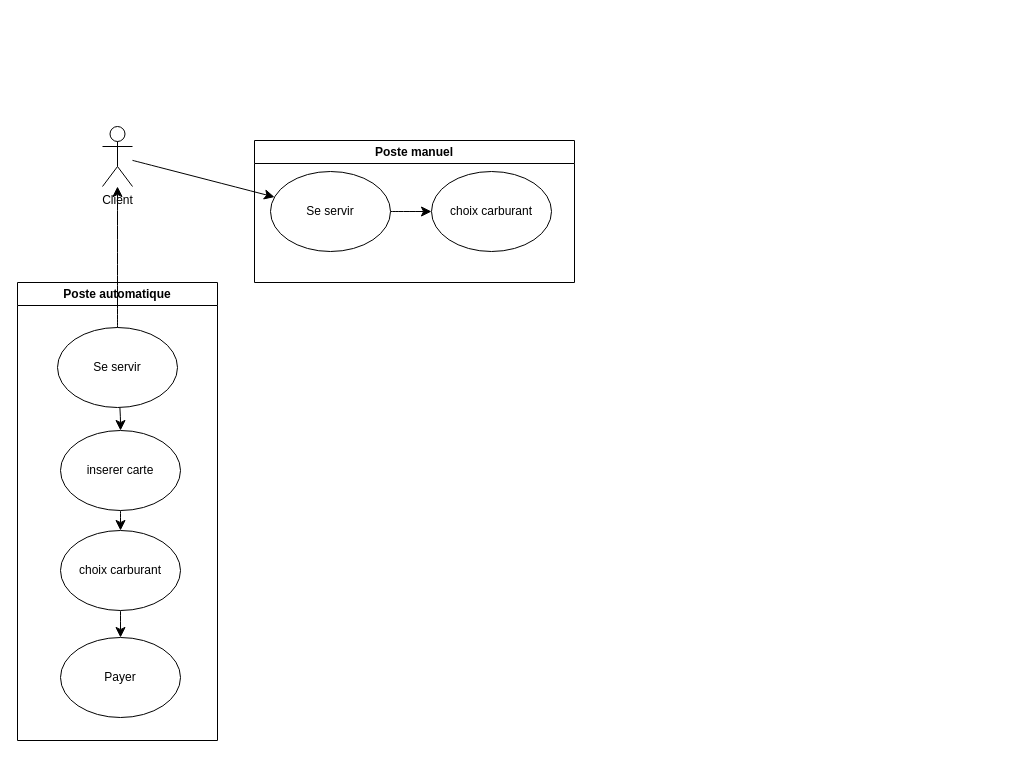
Earlier version of the draw.io diagram Totality/Diagramme sans nom.drawio (NLetenneur/UML-Introduction). Source tidied: cells renumbered, new cells numbered last; positions are measured from the earlier drawing's top-left corner, leaving out a move shared by most shapes. Both pictures are drawn from the tidied source at 100%, with x=0, y=0 at pixel (17, 126).
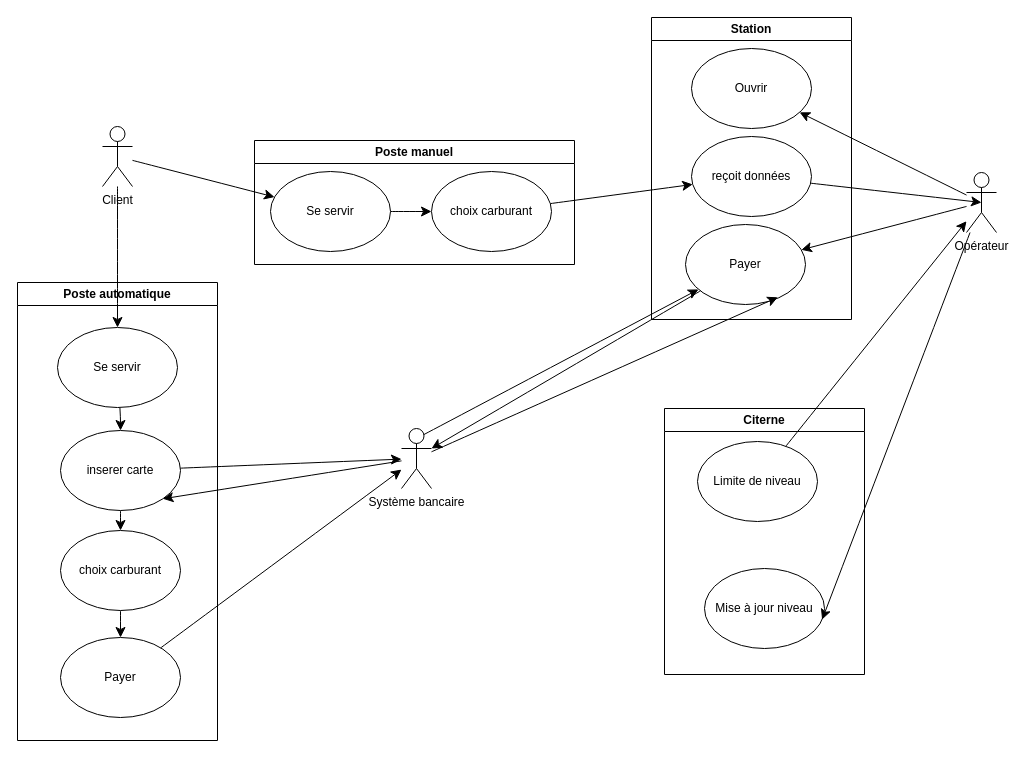
Above is the later version.

Commit message (it also covers changes not shown here):
Mettre à jour Diagramme sans nom.drawio

The change refers to these unchanged cells:
```xml
<mxCell id="4" value="Se servir" style="ellipse;whiteSpace=wrap;html=1;" parent="2" vertex="1">
  <mxGeometry x="40" y="45" width="120" height="80" as="geometry" />
</mxCell>
<mxCell id="6" value="inserer carte" style="ellipse;whiteSpace=wrap;html=1;" parent="2" vertex="1">
  <mxGeometry x="43" y="148" width="120" height="80" as="geometry" />
</mxCell>
<mxCell id="9" value="Payer" style="ellipse;whiteSpace=wrap;html=1;" parent="2" vertex="1">
  <mxGeometry x="43" y="355" width="120" height="80" as="geometry" />
</mxCell>
<mxCell id="11" value="Client" style="shape=umlActor;verticalLabelPosition=bottom;verticalAlign=top;html=1;outlineConnect=0;" parent="1" vertex="1">
  <mxGeometry x="85" width="30" height="60" as="geometry" />
</mxCell>
<mxCell id="16" value="choix carburant" style="ellipse;whiteSpace=wrap;html=1;" parent="13" vertex="1">
  <mxGeometry x="177" y="31" width="120" height="80" as="geometry" />
</mxCell>
```

Diff of the diagram source:
```diff
@@
+    <mxCell id="17" style="edgeStyle=none;curved=1;rounded=0;jettySize=auto;html=1;entryX=0.5;entryY=0;entryDx=0;entryDy=0;fontSize=12;startSize=8;endSize=8;" parent="1" edge="1" source="11" target="4">
+      <mxGeometry relative="1" as="geometry" />
+    </mxCell>
@@
-    <mxCell id="12" style="edgeStyle=none;curved=1;rounded=0;jettySize=auto;html=1;fontSize=12;startSize=8;endSize=8;" parent="1" edge="1" source="4" target="11">
-      <mxGeometry relative="1" as="geometry" />
-    </mxCell>
     <mxCell id="13" value="Poste manuel" style="swimlane;whiteSpace=wrap;html=1;" parent="1" vertex="1">
-      <mxGeometry x="237" y="14" width="320" height="142" as="geometry" />
+      <mxGeometry x="237" y="14" width="320" height="124" as="geometry" />
     </mxCell>
@@
+    <mxCell id="18" value="Station" style="swimlane;whiteSpace=wrap;html=1;" parent="1" vertex="1">
+      <mxGeometry x="634" y="-109" width="200" height="302" as="geometry" />
+    </mxCell>
+    <mxCell id="19" value="reçoit données" style="ellipse;whiteSpace=wrap;html=1;" parent="18" vertex="1">
+      <mxGeometry x="40" y="119" width="120" height="80" as="geometry" />
+    </mxCell>
+    <mxCell id="20" value="Payer" style="ellipse;whiteSpace=wrap;html=1;" parent="18" vertex="1">
+      <mxGeometry x="34" y="207" width="120" height="80" as="geometry" />
+    </mxCell>
+    <mxCell id="21" value="Ouvrir" style="ellipse;whiteSpace=wrap;html=1;" parent="18" vertex="1">
+      <mxGeometry x="40" y="31" width="120" height="80" as="geometry" />
+    </mxCell>
+    <mxCell id="22" style="edgeStyle=none;curved=1;rounded=0;jettySize=auto;html=1;fontSize=12;startSize=8;endSize=8;" parent="1" edge="1" source="16" target="19">
+      <mxGeometry relative="1" as="geometry" />
+    </mxCell>
+    <mxCell id="23" style="edgeStyle=none;curved=1;rounded=0;jettySize=auto;html=1;fontSize=12;startSize=8;endSize=8;" parent="1" edge="1" source="24" target="20">
+      <mxGeometry relative="1" as="geometry" />
+    </mxCell>
+    <mxCell id="24" value="Opérateur" style="shape=umlActor;verticalLabelPosition=bottom;verticalAlign=top;html=1;outlineConnect=0;" parent="1" vertex="1">
+      <mxGeometry x="949" y="46" width="30" height="60" as="geometry" />
+    </mxCell>
+    <mxCell id="25" style="edgeStyle=none;curved=1;rounded=0;jettySize=auto;html=1;entryX=1;entryY=1;entryDx=0;entryDy=0;fontSize=12;startSize=8;endSize=8;" parent="1" edge="1" source="27" target="6">
+      <mxGeometry relative="1" as="geometry" />
+    </mxCell>
+    <mxCell id="26" style="edgeStyle=none;curved=1;rounded=0;jettySize=auto;html=1;fontSize=12;startSize=8;endSize=8;exitX=0.75;exitY=0.1;exitDx=0;exitDy=0;exitPerimeter=0;" parent="1" edge="1" source="27" target="20">
+      <mxGeometry relative="1" as="geometry" />
+    </mxCell>
+    <mxCell id="27" value="&lt;div&gt;Système bancaire&lt;/div&gt;&lt;div&gt;&lt;br&gt;&lt;/div&gt;" style="shape=umlActor;verticalLabelPosition=bottom;verticalAlign=top;html=1;outlineConnect=0;" parent="1" vertex="1">
+      <mxGeometry x="384" y="302" width="30" height="60" as="geometry" />
+    </mxCell>
+    <mxCell id="28" style="edgeStyle=none;curved=1;rounded=0;jettySize=auto;html=1;fontSize=12;startSize=8;endSize=8;" parent="1" edge="1" source="6" target="27">
+      <mxGeometry relative="1" as="geometry" />
+    </mxCell>
+    <mxCell id="29" style="edgeStyle=none;curved=1;rounded=0;jettySize=auto;html=1;fontSize=12;startSize=8;endSize=8;" parent="1" edge="1" source="9" target="27">
+      <mxGeometry relative="1" as="geometry" />
+    </mxCell>
+    <mxCell id="30" style="edgeStyle=none;curved=1;rounded=0;jettySize=auto;html=1;entryX=0.5;entryY=0.5;entryDx=0;entryDy=0;entryPerimeter=0;fontSize=12;startSize=8;endSize=8;" parent="1" edge="1" source="19" target="24">
+      <mxGeometry relative="1" as="geometry" />
+    </mxCell>
+    <mxCell id="31" style="edgeStyle=none;curved=1;rounded=0;jettySize=auto;html=1;entryX=1;entryY=0.3333333333333333;entryDx=0;entryDy=0;entryPerimeter=0;fontSize=12;startSize=8;endSize=8;" parent="1" edge="1" source="20" target="27">
+      <mxGeometry relative="1" as="geometry" />
+    </mxCell>
+    <mxCell id="32" style="edgeStyle=none;curved=1;rounded=0;jettySize=auto;html=1;entryX=0.769;entryY=0.91;entryDx=0;entryDy=0;entryPerimeter=0;fontSize=12;startSize=8;endSize=8;" parent="1" edge="1" source="27" target="20">
+      <mxGeometry relative="1" as="geometry" />
+    </mxCell>
+    <mxCell id="33" value="Citerne" style="swimlane;whiteSpace=wrap;html=1;" parent="1" vertex="1">
+      <mxGeometry x="647" y="282" width="200" height="266" as="geometry" />
+    </mxCell>
+    <mxCell id="34" value="Limite de niveau" style="ellipse;whiteSpace=wrap;html=1;" parent="33" vertex="1">
+      <mxGeometry x="33" y="33" width="120" height="80" as="geometry" />
+    </mxCell>
+    <mxCell id="35" value="Mise à jour niveau" style="ellipse;whiteSpace=wrap;html=1;" parent="33" vertex="1">
+      <mxGeometry x="40" y="160" width="120" height="80" as="geometry" />
+    </mxCell>
+    <mxCell id="36" style="edgeStyle=none;curved=1;rounded=0;jettySize=auto;html=1;fontSize=12;startSize=8;endSize=8;" parent="1" edge="1" source="34" target="24">
+      <mxGeometry relative="1" as="geometry" />
+    </mxCell>
+    <mxCell id="37" style="edgeStyle=none;curved=1;rounded=0;jettySize=auto;html=1;entryX=0.98;entryY=0.639;entryDx=0;entryDy=0;entryPerimeter=0;fontSize=12;startSize=8;endSize=8;" parent="1" edge="1" source="24" target="35">
+      <mxGeometry relative="1" as="geometry" />
+    </mxCell>
+    <mxCell id="38" style="edgeStyle=none;curved=1;rounded=0;jettySize=auto;html=1;fontSize=12;startSize=8;endSize=8;" parent="1" edge="1" source="24" target="21">
+      <mxGeometry relative="1" as="geometry" />
+    </mxCell>
```
